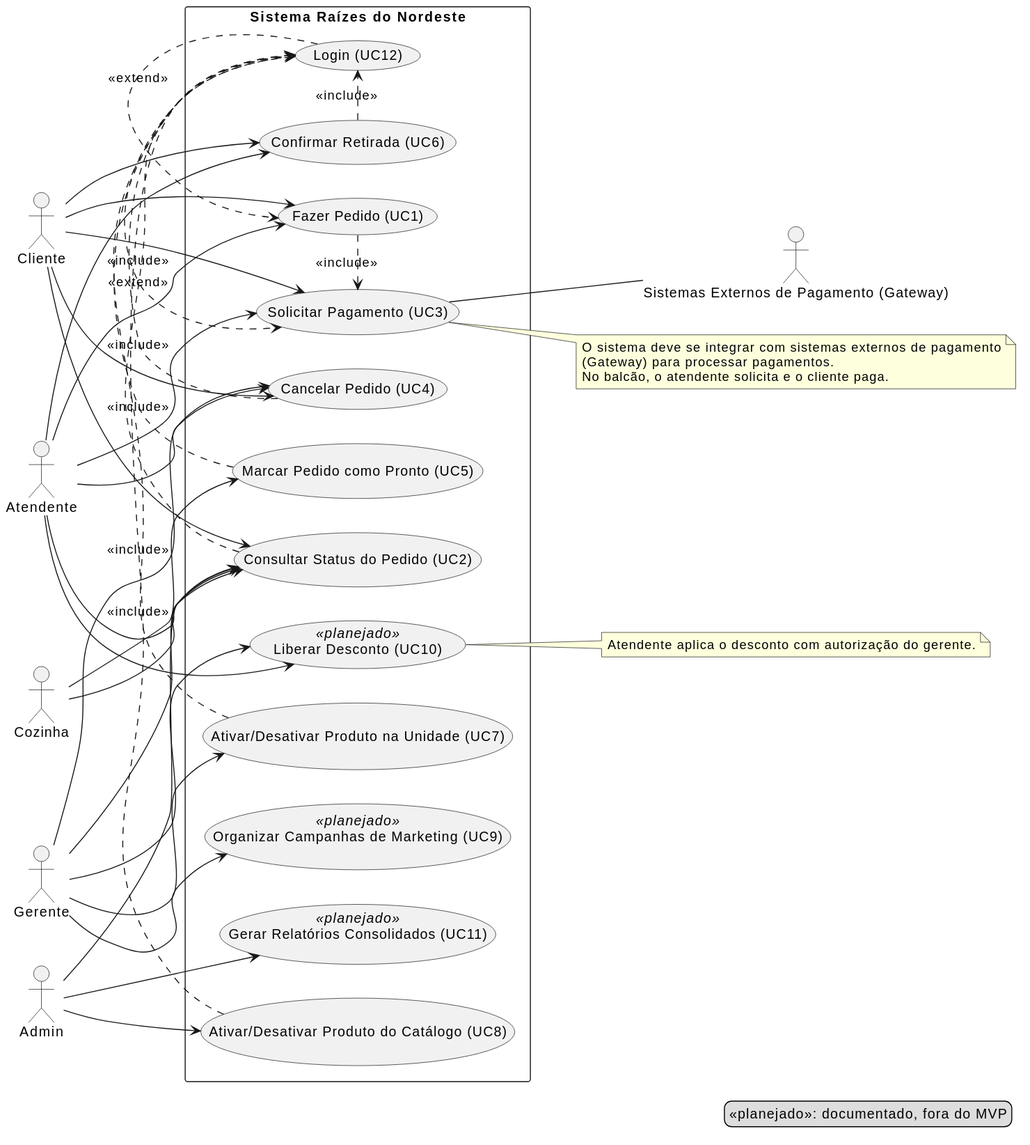
Above: docs/diagramas/diagrama-casos-uso/diagrama-casos-uso.svg in elvasthaisa/projeto-backend-raizes-do-nordeste (PlantUML), before the change.
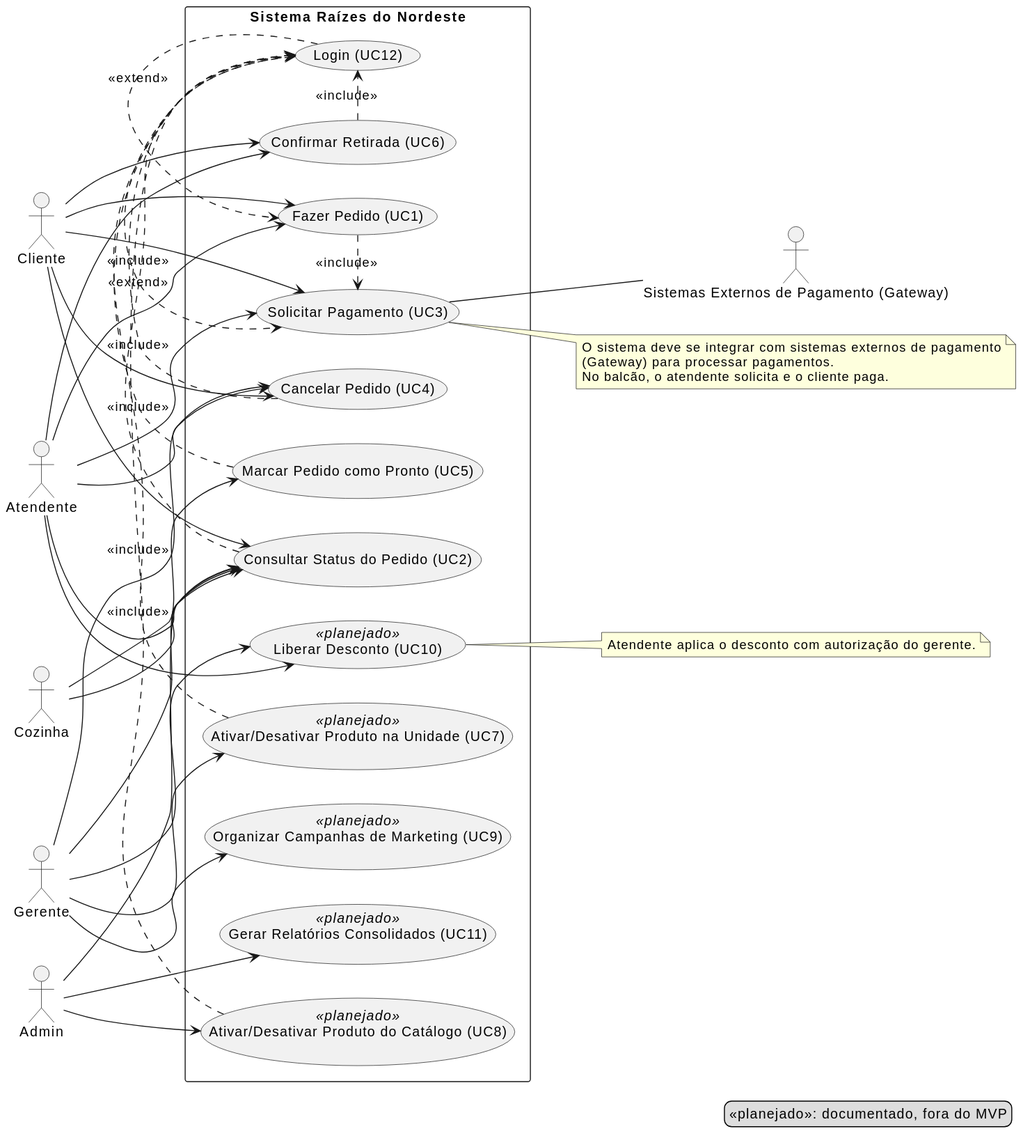
After the commit.

Commit message:
feat: :memo: Ajusta os diagramas ao código implementado (perfil TOTEM, métodos, sequência e UC7/UC8 planejados)

What changed in the source:
```diff
@@ -15,8 +15,8 @@
     usecase "Cancelar Pedido (UC4)" as UC4
     usecase "Marcar Pedido como Pronto (UC5)" as UC5
     usecase "Confirmar Retirada (UC6)" as UC6
-    usecase "Ativar/Desativar Produto na Unidade (UC7)" as UC7
-    usecase "Ativar/Desativar Produto do Catálogo (UC8)" as UC8
+    usecase "Ativar/Desativar Produto na Unidade (UC7)" as UC7 <<planejado>>
+    usecase "Ativar/Desativar Produto do Catálogo (UC8)" as UC8 <<planejado>>
     usecase "Organizar Campanhas de Marketing (UC9)" as UC9 <<planejado>>
     usecase "Liberar Desconto (UC10)" as UC10 <<planejado>>
     usecase "Gerar Relatórios Consolidados (UC11)" as UC11 <<planejado>>
```
